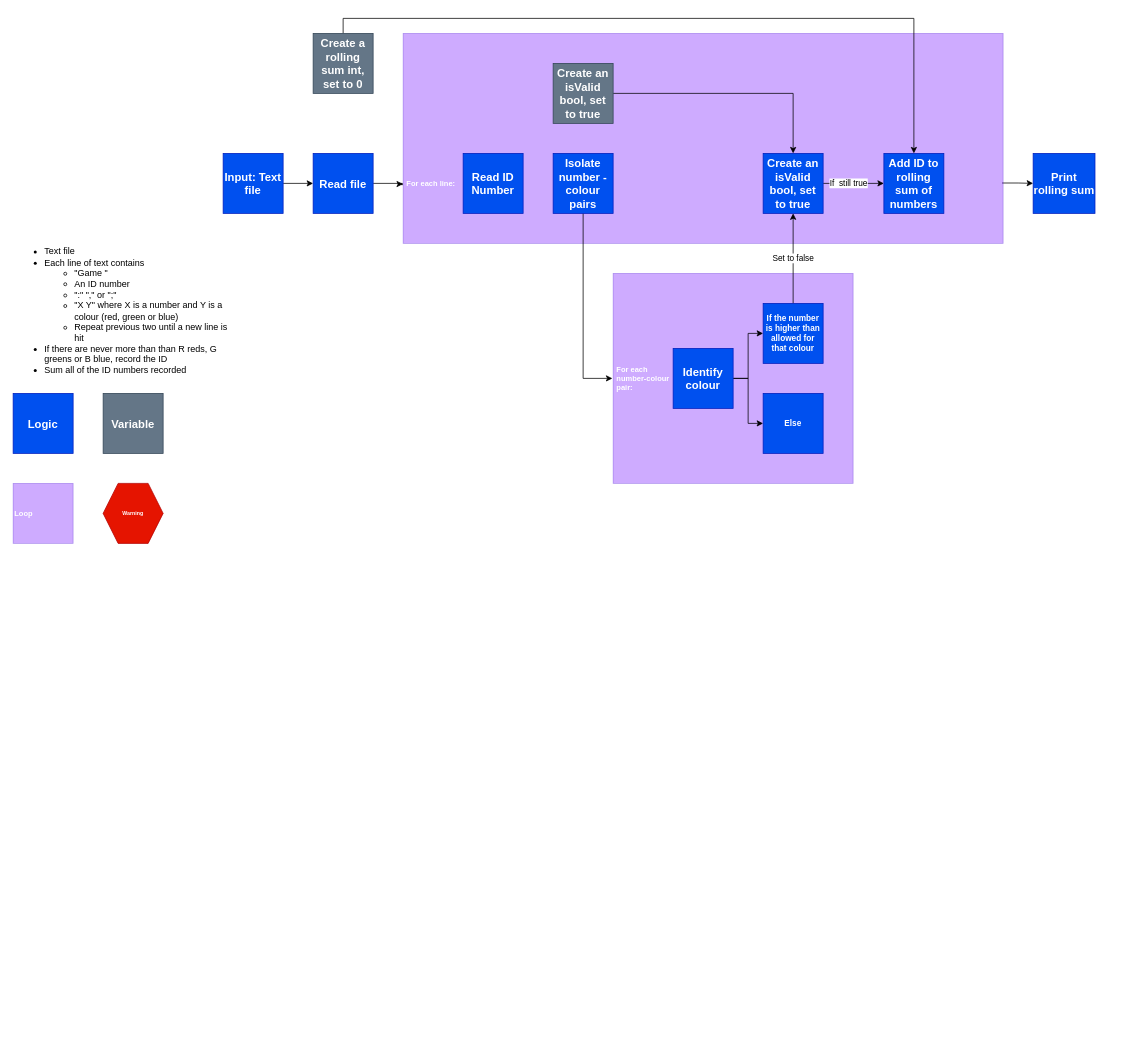
LouisC-H/Cube-Connundrum keeps this draw.io diagram as Day 2 Cube Conundrum.drawio. Above is the earlier version. Source tidied: cells renumbered, new cells numbered last; positions are measured from the earlier drawing's top-left corner, leaving out a move shared by most shapes. Both pictures are drawn from the tidied source at 75%, with x=0, y=0 at pixel (13, 33).
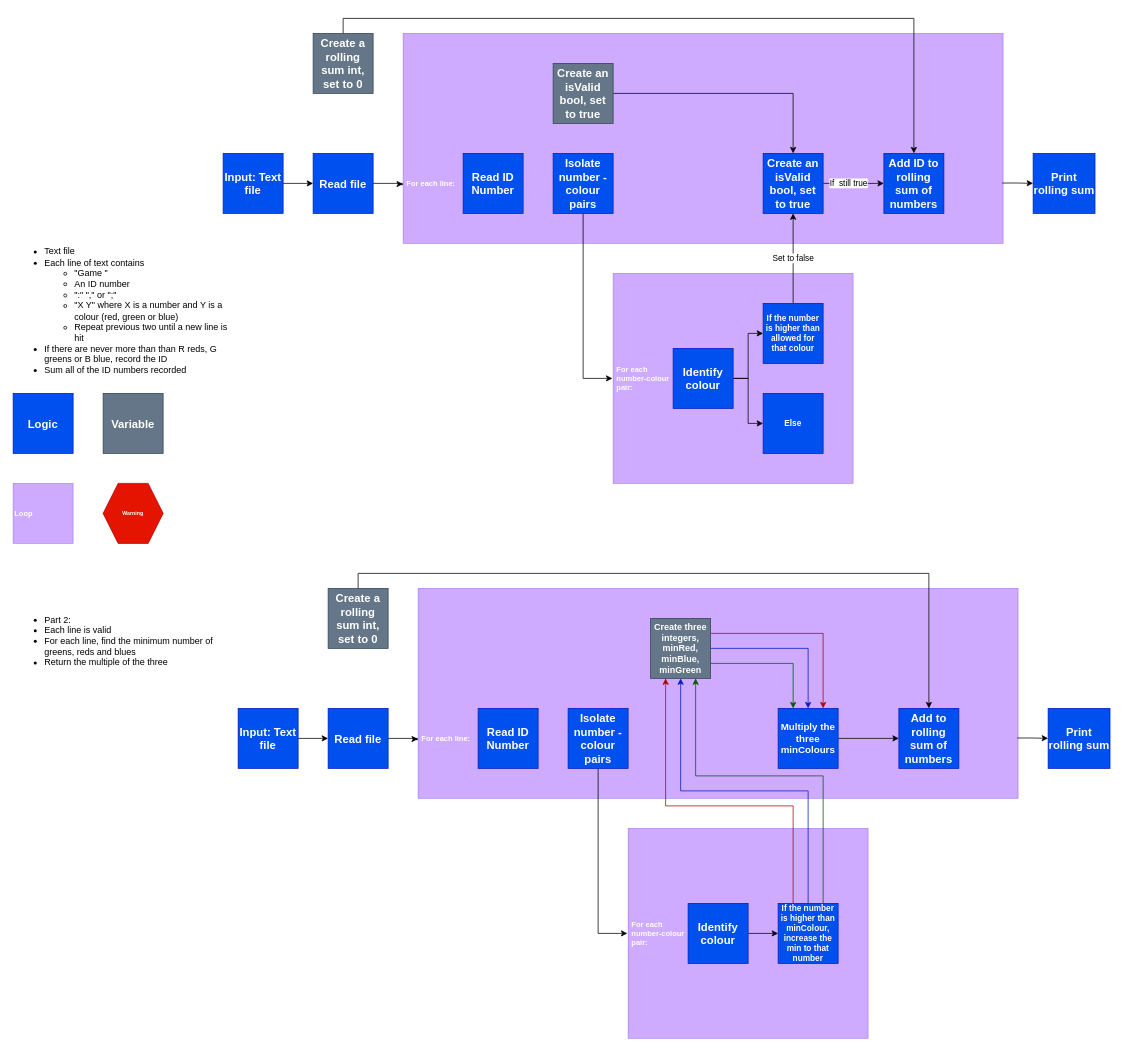
The same page after the edit.

What changed in the source:
```diff
@@
+    <mxCell id="31" value="&lt;div style=&quot;&quot;&gt;&lt;ul&gt;&lt;li&gt;Part 2:&lt;/li&gt;&lt;li&gt;Each line is valid&lt;/li&gt;&lt;li&gt;For each line, find the minimum number of greens, reds and blues&lt;/li&gt;&lt;li&gt;Return the multiple of the three&lt;/li&gt;&lt;/ul&gt;&lt;/div&gt;" style="text;html=1;strokeColor=none;fillColor=none;align=left;verticalAlign=middle;whiteSpace=wrap;rounded=0;" parent="1" vertex="1">
+      <mxGeometry y="720" width="300" height="180" as="geometry" />
+    </mxCell>
+    <mxCell id="32" value="&amp;nbsp;For each &lt;br&gt;&amp;nbsp;number-colour &lt;br&gt;&amp;nbsp;pair:" style="rounded=0;whiteSpace=wrap;html=1;fillColor=#6a00ff;fontColor=#ffffff;strokeColor=#3700CC;fontSize=10;fontStyle=1;align=left;opacity=33;perimeterSpacing=1;strokeWidth=1;" parent="1" vertex="1">
+      <mxGeometry x="820" y="1060" width="320" height="280" as="geometry" />
+    </mxCell>
+    <mxCell id="33" style="edgeStyle=orthogonalEdgeStyle;rounded=0;jettySize=auto;html=1;exitX=1;exitY=0.5;exitDx=0;exitDy=0;entryX=0;entryY=0.5;entryDx=0;entryDy=0;" parent="1" edge="1" source="34" target="36">
+      <mxGeometry relative="1" as="geometry" />
+    </mxCell>
+    <mxCell id="34" value="Input: Text file" style="rounded=0;whiteSpace=wrap;html=1;fillColor=#0050ef;fontColor=#ffffff;strokeColor=#001DBC;fontSize=15;fontStyle=1;" parent="1" vertex="1">
+      <mxGeometry x="300" y="900" width="80" height="80" as="geometry" />
+    </mxCell>
+    <mxCell id="35" style="edgeStyle=orthogonalEdgeStyle;rounded=0;jettySize=auto;html=1;exitX=1;exitY=0.5;exitDx=0;exitDy=0;entryX=0.001;entryY=0.716;entryDx=0;entryDy=0;entryPerimeter=0;" parent="1" edge="1" source="36" target="38">
+      <mxGeometry relative="1" as="geometry">
+        <Array as="points">
+          <mxPoint x="539" y="940" />
+          <mxPoint x="539" y="942" />
+          <mxPoint x="538" y="942" />
+          <mxPoint x="538" y="941" />
+        </Array>
+      </mxGeometry>
+    </mxCell>
+    <mxCell id="36" value="Read file" style="rounded=0;whiteSpace=wrap;html=1;fillColor=#0050ef;fontColor=#ffffff;strokeColor=#001DBC;fontSize=15;fontStyle=1;" parent="1" vertex="1">
+      <mxGeometry x="420" y="900" width="80" height="80" as="geometry" />
+    </mxCell>
+    <mxCell id="37" style="edgeStyle=orthogonalEdgeStyle;rounded=0;jettySize=auto;html=1;exitX=0.997;exitY=0.711;exitDx=0;exitDy=0;exitPerimeter=0;" parent="1" edge="1" source="38" target="41">
+      <mxGeometry relative="1" as="geometry" />
+    </mxCell>
+    <mxCell id="38" value="&lt;br&gt;&lt;br&gt;&lt;br&gt;&lt;br&gt;&lt;br&gt;&lt;br&gt;&lt;br&gt;&lt;br&gt;&lt;br&gt;&lt;br&gt;&amp;nbsp;For each line:" style="rounded=0;whiteSpace=wrap;html=1;fillColor=#6a00ff;fontColor=#ffffff;strokeColor=#3700CC;fontSize=10;fontStyle=1;align=left;opacity=33;perimeterSpacing=1;strokeWidth=1;" parent="1" vertex="1">
+      <mxGeometry x="540" y="740" width="800" height="280" as="geometry" />
+    </mxCell>
+    <mxCell id="39" value="Read ID Number" style="rounded=0;whiteSpace=wrap;html=1;fillColor=#0050ef;fontColor=#ffffff;strokeColor=#001DBC;fontSize=15;fontStyle=1;" parent="1" vertex="1">
+      <mxGeometry x="620" y="900" width="80" height="80" as="geometry" />
+    </mxCell>
+    <mxCell id="40" value="Add to&lt;br&gt;rolling sum of numbers" style="rounded=0;whiteSpace=wrap;html=1;fillColor=#0050ef;fontColor=#ffffff;strokeColor=#001DBC;fontSize=15;fontStyle=1;" parent="1" vertex="1">
+      <mxGeometry x="1181" y="900" width="80" height="80" as="geometry" />
+    </mxCell>
+    <mxCell id="41" value="Print rolling sum" style="rounded=0;whiteSpace=wrap;html=1;fillColor=#0050ef;fontColor=#ffffff;strokeColor=#001DBC;fontSize=15;fontStyle=1;" parent="1" vertex="1">
+      <mxGeometry x="1380" y="900" width="82.5" height="80" as="geometry" />
+    </mxCell>
+    <mxCell id="42" style="edgeStyle=orthogonalEdgeStyle;rounded=0;jettySize=auto;html=1;exitX=0.5;exitY=1;exitDx=0;exitDy=0;entryX=0;entryY=0.5;entryDx=0;entryDy=0;" parent="1" edge="1" source="43" target="32">
+      <mxGeometry relative="1" as="geometry" />
+    </mxCell>
+    <mxCell id="43" value="Isolate number - colour pairs" style="rounded=0;whiteSpace=wrap;html=1;fillColor=#0050ef;fontColor=#ffffff;strokeColor=#001DBC;fontSize=15;fontStyle=1;" parent="1" vertex="1">
+      <mxGeometry x="740" y="900" width="80" height="80" as="geometry" />
+    </mxCell>
+    <mxCell id="44" style="edgeStyle=orthogonalEdgeStyle;rounded=0;jettySize=auto;html=1;exitX=1;exitY=0.5;exitDx=0;exitDy=0;entryX=0;entryY=0.5;entryDx=0;entryDy=0;" parent="1" edge="1" source="45" target="49">
+      <mxGeometry relative="1" as="geometry" />
+    </mxCell>
+    <mxCell id="45" value="Identify colour" style="rounded=0;whiteSpace=wrap;html=1;fillColor=#0050ef;fontColor=#ffffff;strokeColor=#001DBC;fontSize=15;fontStyle=1;" parent="1" vertex="1">
+      <mxGeometry x="900" y="1160" width="80" height="80" as="geometry" />
+    </mxCell>
+    <mxCell id="46" style="edgeStyle=orthogonalEdgeStyle;rounded=0;jettySize=auto;html=1;exitX=0.5;exitY=0;exitDx=0;exitDy=0;entryX=0.5;entryY=1;entryDx=0;entryDy=0;fillColor=#0050ef;strokeColor=#001DBC;" parent="1" edge="1" source="49" target="57">
+      <mxGeometry relative="1" as="geometry" />
+    </mxCell>
+    <mxCell id="47" style="edgeStyle=orthogonalEdgeStyle;rounded=0;jettySize=auto;html=1;exitX=0.25;exitY=0;exitDx=0;exitDy=0;entryX=0.25;entryY=1;entryDx=0;entryDy=0;fillColor=#e51400;strokeColor=#B20000;" parent="1" edge="1" source="49" target="57">
+      <mxGeometry relative="1" as="geometry">
+        <Array as="points">
+          <mxPoint x="1040" y="1030" />
+          <mxPoint x="870" y="1030" />
+        </Array>
+      </mxGeometry>
+    </mxCell>
+    <mxCell id="48" style="edgeStyle=orthogonalEdgeStyle;rounded=0;jettySize=auto;html=1;exitX=0.75;exitY=0;exitDx=0;exitDy=0;entryX=0.75;entryY=1;entryDx=0;entryDy=0;fillColor=#008a00;strokeColor=#005700;" parent="1" edge="1" source="49" target="57">
+      <mxGeometry relative="1" as="geometry">
+        <Array as="points">
+          <mxPoint x="1080" y="990" />
+          <mxPoint x="910" y="990" />
+        </Array>
+      </mxGeometry>
+    </mxCell>
+    <mxCell id="49" value="If the number is higher than minColour, increase the min to that number" style="rounded=0;whiteSpace=wrap;html=1;fillColor=#0050ef;fontColor=#ffffff;strokeColor=#001DBC;fontSize=11;fontStyle=1;" parent="1" vertex="1">
+      <mxGeometry x="1020" y="1160" width="80" height="80" as="geometry" />
+    </mxCell>
+    <mxCell id="50" style="edgeStyle=orthogonalEdgeStyle;rounded=0;jettySize=auto;html=1;exitX=1;exitY=0.5;exitDx=0;exitDy=0;" parent="1" edge="1" source="51" target="40">
+      <mxGeometry x="-0.17" relative="1" as="geometry" />
+    </mxCell>
+    <mxCell id="51" value="Multiply the three minColours" style="rounded=0;whiteSpace=wrap;html=1;fillColor=#0050ef;fontColor=#ffffff;strokeColor=#001DBC;fontSize=13;fontStyle=1;" parent="1" vertex="1">
+      <mxGeometry x="1020" y="900" width="80" height="80" as="geometry" />
+    </mxCell>
+    <mxCell id="52" style="edgeStyle=orthogonalEdgeStyle;rounded=0;jettySize=auto;html=1;exitX=0.5;exitY=0;exitDx=0;exitDy=0;entryX=0.5;entryY=0;entryDx=0;entryDy=0;" parent="1" edge="1" source="53" target="40">
+      <mxGeometry relative="1" as="geometry" />
+    </mxCell>
+    <mxCell id="53" value="Create a rolling sum int, set to 0" style="rounded=0;whiteSpace=wrap;html=1;fillColor=#647687;fontColor=#ffffff;strokeColor=#314354;fontSize=15;fontStyle=1;" parent="1" vertex="1">
+      <mxGeometry x="420" y="740" width="80" height="80" as="geometry" />
+    </mxCell>
+    <mxCell id="54" style="edgeStyle=orthogonalEdgeStyle;rounded=0;jettySize=auto;html=1;exitX=1;exitY=0.5;exitDx=0;exitDy=0;entryX=0.5;entryY=0;entryDx=0;entryDy=0;fillColor=#0050ef;strokeColor=#001DBC;" parent="1" edge="1" source="57" target="51">
+      <mxGeometry relative="1" as="geometry" />
+    </mxCell>
+    <mxCell id="55" style="edgeStyle=orthogonalEdgeStyle;rounded=0;jettySize=auto;html=1;exitX=1;exitY=0.75;exitDx=0;exitDy=0;entryX=0.25;entryY=0;entryDx=0;entryDy=0;fillColor=#008a00;strokeColor=#005700;" parent="1" edge="1" source="57" target="51">
+      <mxGeometry relative="1" as="geometry" />
+    </mxCell>
+    <mxCell id="56" style="edgeStyle=orthogonalEdgeStyle;rounded=0;jettySize=auto;html=1;exitX=1;exitY=0.25;exitDx=0;exitDy=0;entryX=0.75;entryY=0;entryDx=0;entryDy=0;fillColor=#e51400;strokeColor=#B20000;" parent="1" edge="1" source="57" target="51">
+      <mxGeometry relative="1" as="geometry" />
+    </mxCell>
+    <mxCell id="57" value="Create three integers, minRed, minBlue, minGreen" style="rounded=0;whiteSpace=wrap;html=1;fillColor=#647687;fontColor=#ffffff;strokeColor=#314354;fontSize=12;fontStyle=1;" parent="1" vertex="1">
+      <mxGeometry x="850" y="780" width="80" height="80" as="geometry" />
+    </mxCell>
```
